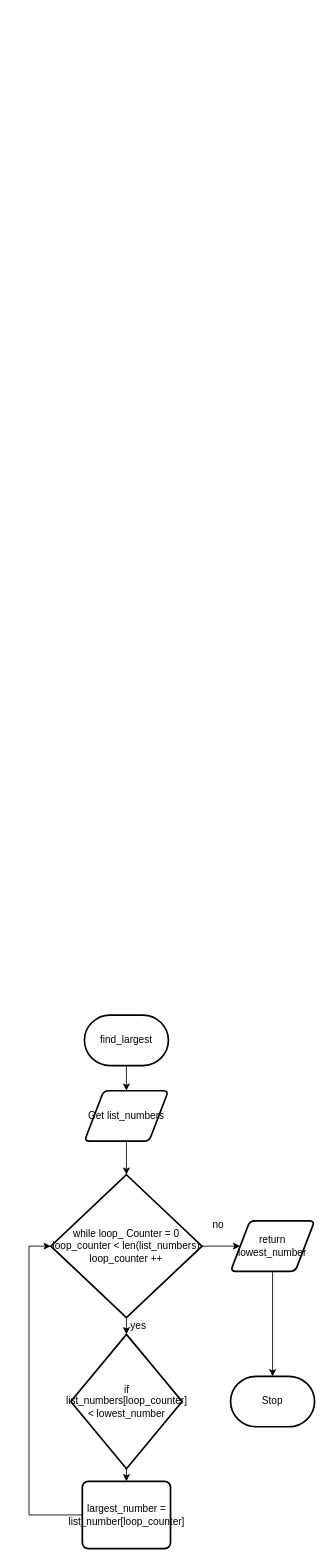
Before: Draw.io/Flowchart.drawio in Peter-Gemmell/ICS3U-Unit6-03-Python, a draw.io diagram. Source tidied: cells renumbered, new cells numbered last; positions are measured from the earlier drawing's top-left corner, leaving out a move shared by most shapes. Both pictures are drawn from the tidied source at 84%, with x=0, y=0 at pixel (29, 1015).
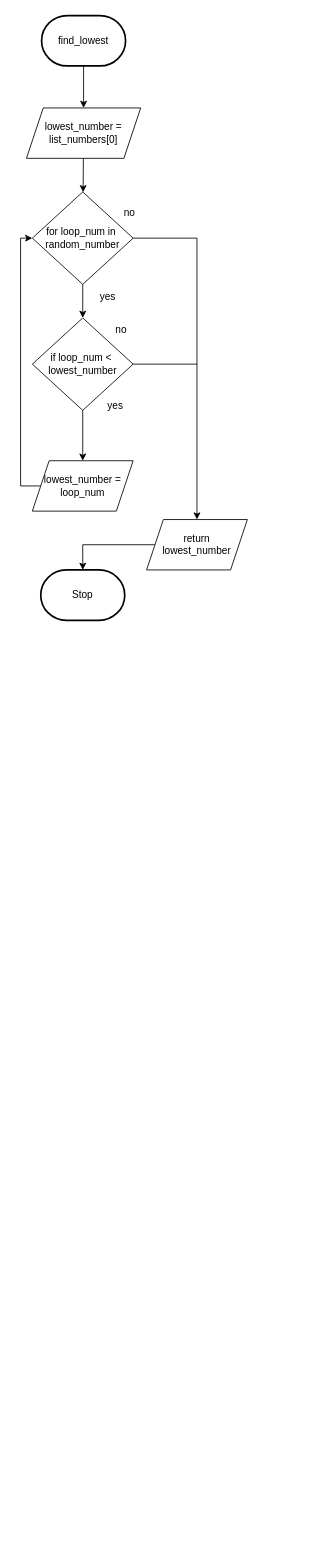
The same diagram, later.

What changed in the source:
```diff
@@
-    <mxCell id="2" style="edgeStyle=none;html=1;exitX=0.5;exitY=1;exitDx=0;exitDy=0;exitPerimeter=0;entryX=0.5;entryY=0;entryDx=0;entryDy=0;" parent="1" edge="1" source="3" target="6">
-      <mxGeometry relative="1" as="geometry" />
-    </mxCell>
-    <mxCell id="3" value="find_largest" style="strokeWidth=2;html=1;shape=mxgraph.flowchart.terminator;whiteSpace=wrap;" parent="1" vertex="1">
-      <mxGeometry x="66" width="100" height="60" as="geometry" />
-    </mxCell>
+    <mxCell id="12" style="edgeStyle=none;html=1;exitX=0;exitY=0.5;exitDx=0;exitDy=0;entryX=0;entryY=0.5;entryDx=0;entryDy=0;entryPerimeter=0;rounded=0;" parent="1" edge="1">
+      <mxGeometry relative="1" as="geometry">
+        <mxPoint x="26" y="275" as="targetPoint" />
+        <Array as="points">
+          <mxPoint y="595" />
+          <mxPoint y="275" />
+        </Array>
+      </mxGeometry>
+    </mxCell>
+    <mxCell id="17" style="edgeStyle=none;html=1;" parent="1" edge="1" source="18" target="27">
+      <mxGeometry relative="1" as="geometry" />
+    </mxCell>
+    <mxCell id="18" value="find_lowest" style="strokeWidth=2;html=1;shape=mxgraph.flowchart.terminator;whiteSpace=wrap;" parent="1" vertex="1">
+      <mxGeometry x="15" y="-1190" width="100" height="60" as="geometry" />
+    </mxCell>
-    <mxCell id="4" value="Stop" style="strokeWidth=2;html=1;shape=mxgraph.flowchart.terminator;whiteSpace=wrap;" parent="1" vertex="1">
-      <mxGeometry x="240" y="430" width="100" height="60" as="geometry" />
+    <mxCell id="4" value="Stop" style="strokeWidth=2;html=1;shape=mxgraph.flowchart.terminator;whiteSpace=wrap;rounded=1;" parent="1" vertex="1">
+      <mxGeometry x="14" y="-530" width="100" height="60" as="geometry" />
     </mxCell>
-    <mxCell id="5" style="edgeStyle=none;html=1;exitX=0.5;exitY=1;exitDx=0;exitDy=0;entryX=0.5;entryY=0;entryDx=0;entryDy=0;entryPerimeter=0;" parent="1" edge="1" source="6" target="9">
-      <mxGeometry relative="1" as="geometry" />
-    </mxCell>
-    <mxCell id="6" value="Get list_numbers" style="shape=parallelogram;html=1;strokeWidth=2;perimeter=parallelogramPerimeter;whiteSpace=wrap;rounded=1;arcSize=12;size=0.23;" parent="1" vertex="1">
-      <mxGeometry x="66" y="90" width="100" height="60" as="geometry" />
-    </mxCell>
-    <mxCell id="7" style="edgeStyle=none;html=1;exitX=0.5;exitY=1;exitDx=0;exitDy=0;exitPerimeter=0;entryX=0.5;entryY=0;entryDx=0;entryDy=0;entryPerimeter=0;" parent="1" edge="1" source="9" target="11">
-      <mxGeometry relative="1" as="geometry" />
-    </mxCell>
-    <mxCell id="8" style="edgeStyle=none;rounded=0;html=1;exitX=1;exitY=0.5;exitDx=0;exitDy=0;exitPerimeter=0;entryX=0;entryY=0.5;entryDx=0;entryDy=0;" parent="1" edge="1" source="9" target="15">
-      <mxGeometry relative="1" as="geometry" />
-    </mxCell>
-    <mxCell id="9" value="while loop_ Counter = 0&lt;br&gt;loop_counter &amp;lt; len(list_numbers)&lt;br&gt;loop_counter ++" style="strokeWidth=2;html=1;shape=mxgraph.flowchart.decision;whiteSpace=wrap;" parent="1" vertex="1">
-      <mxGeometry x="26" y="190" width="180" height="170" as="geometry" />
-    </mxCell>
-    <mxCell id="10" style="edgeStyle=none;html=1;exitX=0.5;exitY=1;exitDx=0;exitDy=0;exitPerimeter=0;entryX=0.5;entryY=0;entryDx=0;entryDy=0;" parent="1" edge="1" source="11" target="13">
-      <mxGeometry relative="1" as="geometry" />
-    </mxCell>
-    <mxCell id="11" value="if list_numbers[loop_counter] &amp;lt; lowest_number" style="strokeWidth=2;html=1;shape=mxgraph.flowchart.decision;whiteSpace=wrap;" parent="1" vertex="1">
-      <mxGeometry x="49.8" y="380" width="132.5" height="160" as="geometry" />
-    </mxCell>
-    <mxCell id="12" style="edgeStyle=none;html=1;exitX=0;exitY=0.5;exitDx=0;exitDy=0;entryX=0;entryY=0.5;entryDx=0;entryDy=0;entryPerimeter=0;rounded=0;" parent="1" edge="1" source="13" target="9">
-      <mxGeometry relative="1" as="geometry">
-        <Array as="points">
-          <mxPoint y="595" />
-          <mxPoint y="275" />
-        </Array>
-      </mxGeometry>
-    </mxCell>
-    <mxCell id="13" value="largest_number = list_number[loop_counter]" style="rounded=1;whiteSpace=wrap;html=1;absoluteArcSize=1;arcSize=14;strokeWidth=2;" parent="1" vertex="1">
-      <mxGeometry x="63.5" y="555" width="105" height="80" as="geometry" />
-    </mxCell>
+    <mxCell id="19" style="edgeStyle=none;html=1;" parent="1" edge="1" source="21" target="30">
+      <mxGeometry relative="1" as="geometry" />
+    </mxCell>
+    <mxCell id="20" style="edgeStyle=none;html=1;entryX=0.5;entryY=0;entryDx=0;entryDy=0;endArrow=classic;endFill=1;rounded=0;" parent="1" edge="1" source="21" target="15">
+      <mxGeometry relative="1" as="geometry">
+        <Array as="points">
+          <mxPoint x="200" y="-925" />
+        </Array>
+      </mxGeometry>
+    </mxCell>
+    <mxCell id="21" value="for loop_num in&amp;nbsp;&lt;br&gt;random_number" style="rhombus;whiteSpace=wrap;html=1;" parent="1" vertex="1">
+      <mxGeometry x="4" y="-980" width="120" height="110" as="geometry" />
+    </mxCell>
+    <mxCell id="22" style="edgeStyle=none;html=1;entryX=0;entryY=0.5;entryDx=0;entryDy=0;rounded=0;exitX=0;exitY=0.5;exitDx=0;exitDy=0;" parent="1" edge="1" source="25" target="21">
+      <mxGeometry relative="1" as="geometry">
+        <Array as="points">
+          <mxPoint x="-10" y="-630" />
+          <mxPoint x="-10" y="-925" />
+        </Array>
+      </mxGeometry>
+    </mxCell>
+    <mxCell id="23" value="yes" style="text;html=1;strokeColor=none;fillColor=none;align=center;verticalAlign=middle;whiteSpace=wrap;rounded=0;" parent="1" vertex="1">
+      <mxGeometry x="64" y="-870" width="60" height="30" as="geometry" />
+    </mxCell>
+    <mxCell id="24" value="no" style="text;html=1;strokeColor=none;fillColor=none;align=center;verticalAlign=middle;whiteSpace=wrap;rounded=0;" parent="1" vertex="1">
+      <mxGeometry x="90" y="-970" width="60" height="30" as="geometry" />
+    </mxCell>
+    <mxCell id="25" value="lowest_number =&lt;br&gt;loop_num" style="shape=parallelogram;perimeter=parallelogramPerimeter;whiteSpace=wrap;html=1;fixedSize=1;" parent="1" vertex="1">
+      <mxGeometry x="4" y="-660" width="120" height="60" as="geometry" />
+    </mxCell>
+    <mxCell id="26" style="edgeStyle=none;html=1;" parent="1" edge="1" source="27" target="21">
+      <mxGeometry relative="1" as="geometry" />
+    </mxCell>
+    <mxCell id="27" value="lowest_number = list_numbers[0]" style="shape=parallelogram;perimeter=parallelogramPerimeter;whiteSpace=wrap;html=1;fixedSize=1;" parent="1" vertex="1">
+      <mxGeometry x="-3" y="-1080" width="136" height="60" as="geometry" />
+    </mxCell>
+    <mxCell id="28" style="edgeStyle=none;html=1;entryX=0.5;entryY=0;entryDx=0;entryDy=0;" parent="1" edge="1" source="30" target="25">
+      <mxGeometry relative="1" as="geometry" />
+    </mxCell>
+    <mxCell id="29" style="edgeStyle=none;html=1;endArrow=none;endFill=0;" parent="1" edge="1" source="30">
+      <mxGeometry relative="1" as="geometry">
+        <mxPoint x="200" y="-775" as="targetPoint" />
+      </mxGeometry>
+    </mxCell>
+    <mxCell id="30" value="if loop_num &amp;lt;&amp;nbsp;&lt;br&gt;lowest_number" style="rhombus;whiteSpace=wrap;html=1;" parent="1" vertex="1">
+      <mxGeometry x="4" y="-830" width="120" height="110" as="geometry" />
+    </mxCell>
+    <mxCell id="31" value="no" style="text;html=1;strokeColor=none;fillColor=none;align=center;verticalAlign=middle;whiteSpace=wrap;rounded=0;" parent="1" vertex="1">
+      <mxGeometry x="80" y="-830" width="60" height="30" as="geometry" />
+    </mxCell>
+    <mxCell id="32" value="yes" style="text;html=1;strokeColor=none;fillColor=none;align=center;verticalAlign=middle;whiteSpace=wrap;rounded=0;" parent="1" vertex="1">
+      <mxGeometry x="73" y="-740" width="60" height="30" as="geometry" />
+    </mxCell>
-    <mxCell id="14" style="edgeStyle=none;rounded=0;html=1;exitX=0.5;exitY=1;exitDx=0;exitDy=0;entryX=0.5;entryY=0;entryDx=0;entryDy=0;entryPerimeter=0;" parent="1" edge="1" source="15" target="4">
-      <mxGeometry relative="1" as="geometry" />
+    <mxCell id="14" style="edgeStyle=none;rounded=0;html=1;entryX=0.5;entryY=0;entryDx=0;entryDy=0;entryPerimeter=0;endArrow=classic;endFill=1;" parent="1" edge="1" source="15" target="4">
+      <mxGeometry relative="1" as="geometry">
+        <Array as="points">
+          <mxPoint x="64" y="-560" />
+        </Array>
+      </mxGeometry>
     </mxCell>
-    <mxCell id="15" value="return lowest_number" style="shape=parallelogram;html=1;strokeWidth=2;perimeter=parallelogramPerimeter;whiteSpace=wrap;rounded=1;arcSize=12;size=0.23;" parent="1" vertex="1">
-      <mxGeometry x="240" y="245" width="100" height="60" as="geometry" />
+    <mxCell id="15" value="return&lt;br&gt;lowest_number" style="shape=parallelogram;perimeter=parallelogramPerimeter;whiteSpace=wrap;html=1;fixedSize=1;" parent="1" vertex="1">
+      <mxGeometry x="140" y="-590" width="120" height="60" as="geometry" />
     </mxCell>
-    <mxCell id="16" value="yes" style="text;html=1;align=center;verticalAlign=middle;strokeColor=none;fillColor=none;" parent="1" vertex="1">
-      <mxGeometry x="115" y="360" width="30" height="20" as="geometry" />
-    </mxCell>
-    <mxCell id="17" value="no" style="text;html=1;align=center;verticalAlign=middle;strokeColor=none;fillColor=none;" parent="1" vertex="1">
-      <mxGeometry x="210" y="240" width="30" height="20" as="geometry" />
-    </mxCell>
```
